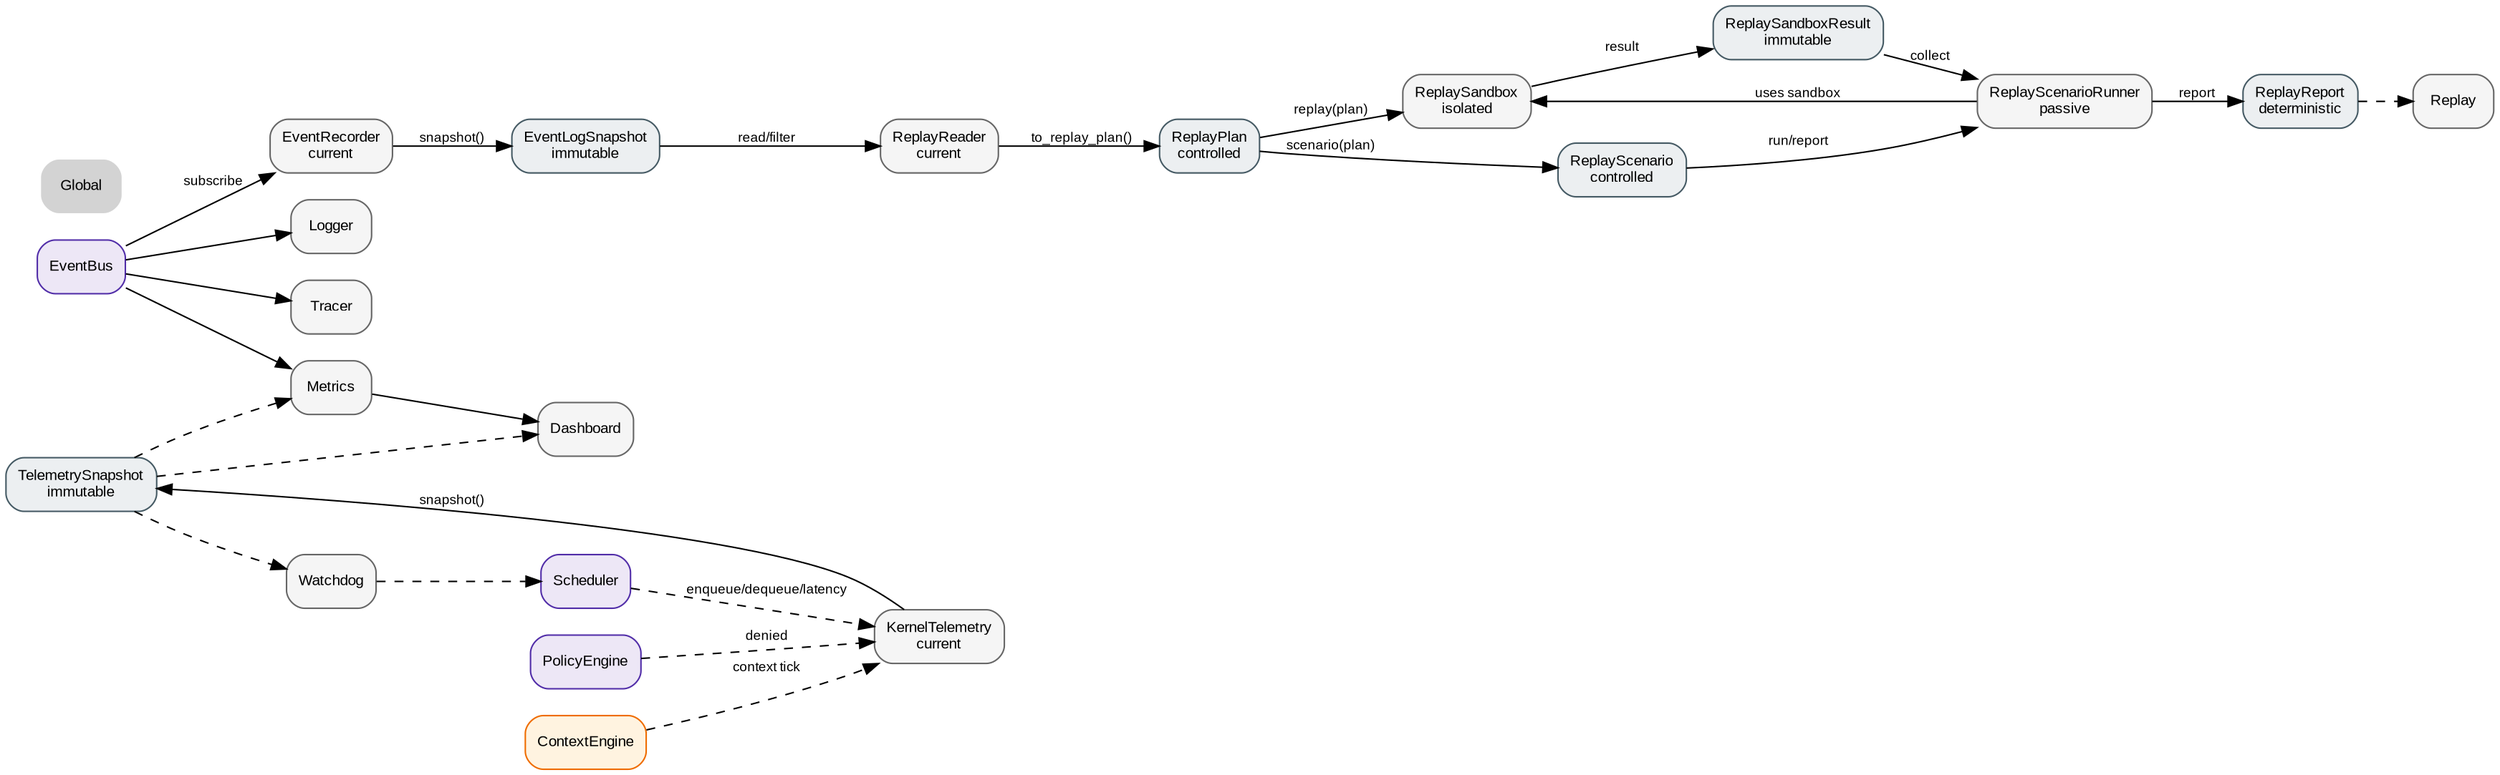
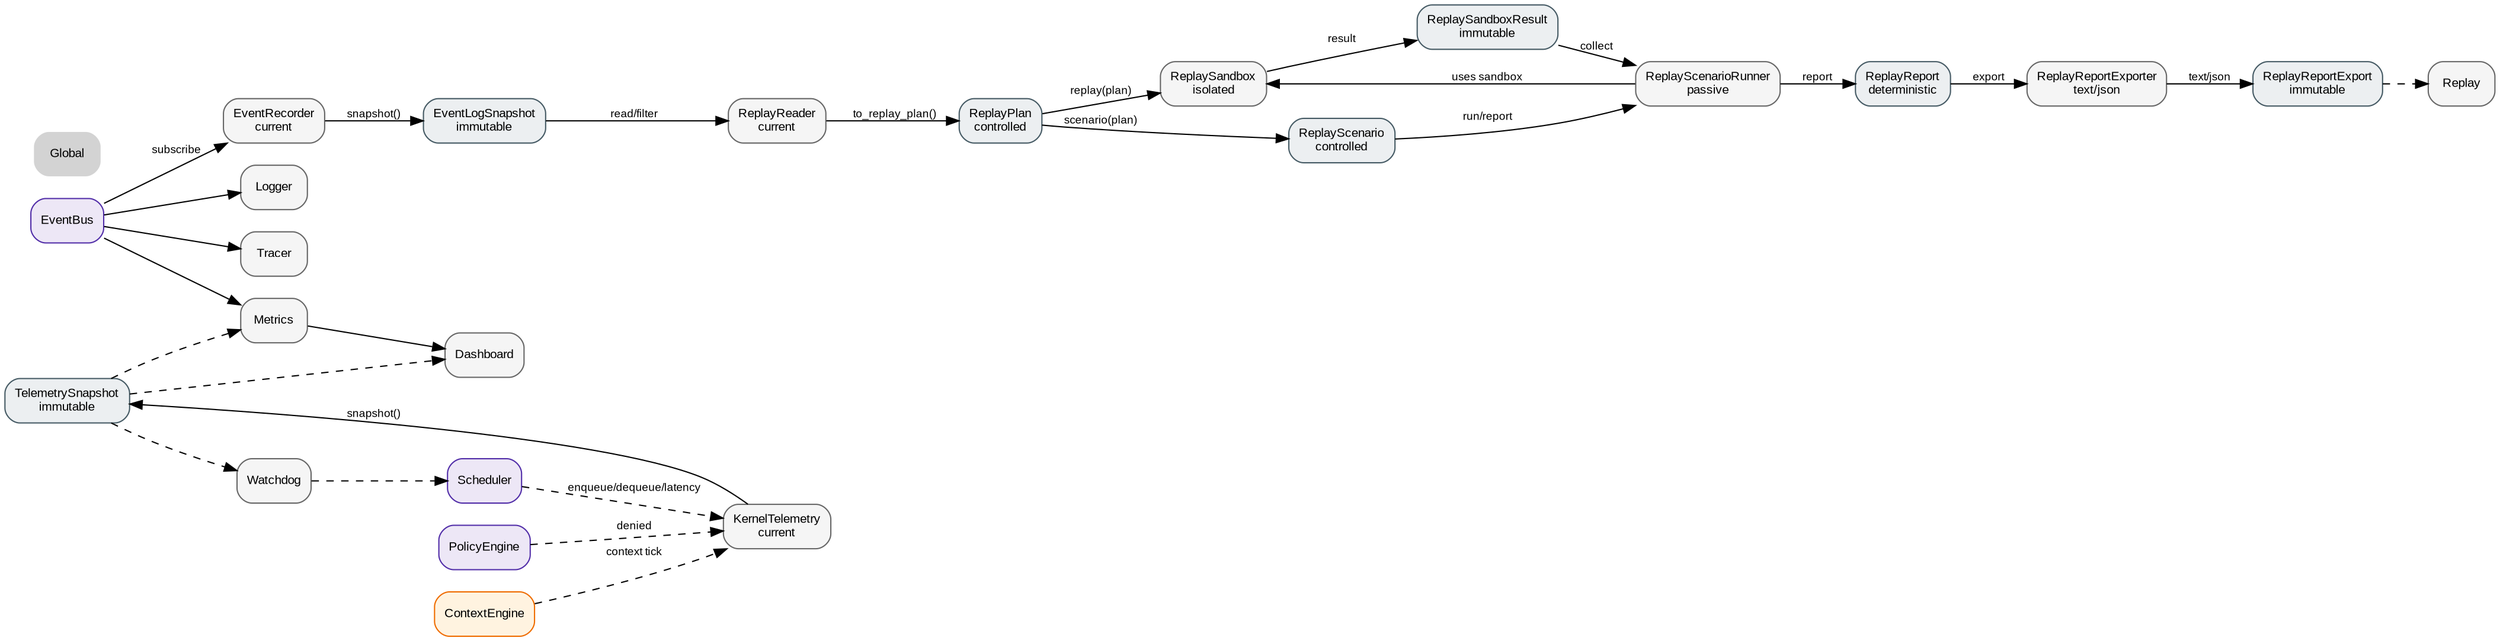
digraph Observability {
    rankdir=LR;
    node [shape=box, style="rounded,filled", fontname="Arial", fontsize=10];
    edge [fontname="Arial", fontsize=9];

-     // ROADMAP_NOTE[phase2_1]:
-     // ReplayScenarioRunner agrège plusieurs ReplaySandboxResult.
-     // ReplayReport fournit une synthèse déterministe sans horodatage runtime.
-     // Scenario et report restent hors chemin de commande et ne connaissent pas le Scheduler.
-     // Recorder, reader, sandbox et report restent passifs.
+     // ROADMAP_NOTE[phase2_2]:
+     // ReplayReportExporter ajoute des exports texte/JSON déterministes.
+     // L'export reste hors chemin de commande et ne connaît pas le Scheduler.
+     // Aucun payload vivant ni Future ne sort dans le rapport exporté.
+     // Recorder, reader, sandbox, report et exporter restent passifs.

    EventBus [fillcolor="#ede7f6", color="#512da8", URL="../scheduler/10_scheduler.svg"];
    Scheduler [fillcolor="#ede7f6", color="#512da8", URL="../scheduler/10_scheduler.svg"];
    PolicyEngine [fillcolor="#ede7f6", color="#512da8", URL="../scheduler/10_scheduler.svg"];
    ContextEngine [fillcolor="#fff3e0", color="#ef6c00", URL="../context/20_context.svg"];
    KernelTelemetry [label="KernelTelemetry
current", fillcolor="#f5f5f5", color="#666666"];
    EventRecorder [label="EventRecorder
current", fillcolor="#f5f5f5", color="#666666"];
    EventLog [label="EventLogSnapshot
immutable", fillcolor="#eceff1", color="#455a64"];
    ReplayReader [label="ReplayReader
current", fillcolor="#f5f5f5", color="#666666"];
    ReplayPlan [label="ReplayPlan
controlled", fillcolor="#eceff1", color="#455a64"];
    ReplaySandbox [label="ReplaySandbox
isolated", fillcolor="#f5f5f5", color="#666666"];
    ReplaySandboxResult [label="ReplaySandboxResult
immutable", fillcolor="#eceff1", color="#455a64"];
    ReplayScenario [label="ReplayScenario
controlled", fillcolor="#eceff1", color="#455a64"];
    ReplayScenarioRunner [label="ReplayScenarioRunner
passive", fillcolor="#f5f5f5", color="#666666"];
    ReplayReport [label="ReplayReport
deterministic", fillcolor="#eceff1", color="#455a64"];
+     ReplayReportExporter [label="ReplayReportExporter
+ text/json", fillcolor="#f5f5f5", color="#666666"];
+     ReplayReportExport [label="ReplayReportExport
+ immutable", fillcolor="#eceff1", color="#455a64"];
    Snapshot [label="TelemetrySnapshot
immutable", fillcolor="#eceff1", color="#455a64"];
    Logger [fillcolor="#f5f5f5", color="#666666"];
    Metrics [fillcolor="#f5f5f5", color="#666666"];
    Replay [fillcolor="#f5f5f5", color="#666666"];
    Dashboard [fillcolor="#f5f5f5", color="#666666"];
    Watchdog [fillcolor="#f5f5f5", color="#666666"];
    Tracer [fillcolor="#f5f5f5", color="#666666"];

    Scheduler -> KernelTelemetry [style=dashed, label="enqueue/dequeue/latency"];
    PolicyEngine -> KernelTelemetry [style=dashed, label="denied"];
    ContextEngine -> KernelTelemetry [style=dashed, label="context tick"];
    KernelTelemetry -> Snapshot [label="snapshot()"];
    Snapshot -> Metrics [style=dashed];
    Snapshot -> Dashboard [style=dashed];
    Snapshot -> Watchdog [style=dashed];

    EventBus -> Logger;
    EventBus -> Metrics;
    EventBus -> EventRecorder [label="subscribe"];
    EventRecorder -> EventLog [label="snapshot()"];
    EventLog -> ReplayReader [label="read/filter"];
    ReplayReader -> ReplayPlan [label="to_replay_plan()"];
    ReplayPlan -> ReplaySandbox [label="replay(plan)"];
    ReplaySandbox -> ReplaySandboxResult [label="result"];
    ReplayPlan -> ReplayScenario [label="scenario(plan)"];
    ReplayScenario -> ReplayScenarioRunner [label="run/report"];
    ReplayScenarioRunner -> ReplaySandbox [label="uses sandbox"];
    ReplaySandboxResult -> ReplayScenarioRunner [label="collect"];
    ReplayScenarioRunner -> ReplayReport [label="report"];
-     ReplayReport -> Replay [style=dashed];
+     ReplayReport -> ReplayReportExporter [label="export"];
+     ReplayReportExporter -> ReplayReportExport [label="text/json"];
+     ReplayReportExport -> Replay [style=dashed];
    Metrics -> Dashboard;
    EventBus -> Tracer;
    Watchdog -> Scheduler [style=dashed];

    Nav_Global [label="Global", shape=plaintext, URL="../00_global.svg"];
}
